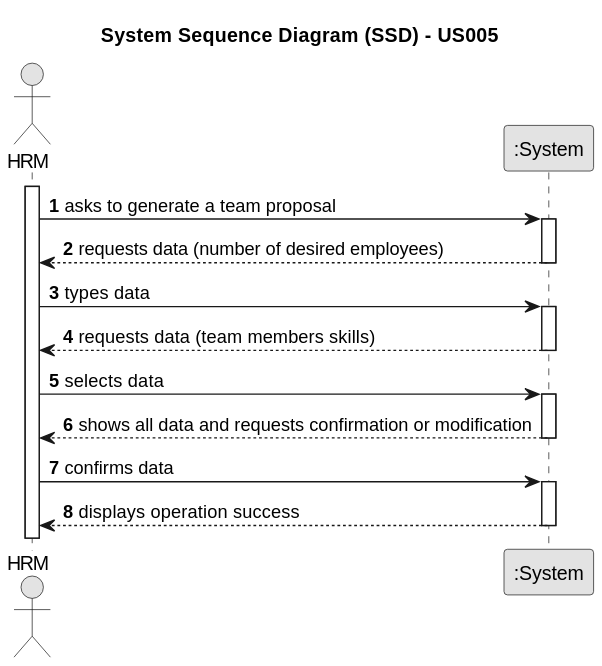
The PlantUML diagram docs/sprintA/us005/01.requirements-engineering/svg/us005-system-sequence-diagram-alternative-one.svg in Departamento-de-Engenharia-Informatica/lei-24-s2-1do-g164, before a commit. Its diagram source:
```plantuml
@startuml
skinparam monochrome true
skinparam packageStyle rectangle
skinparam shadowing false

title System Sequence Diagram (SSD) - US005

autonumber

actor "HRM" as Employee
participant ":System" as System

activate Employee

    Employee -> System : asks to generate a team proposal
    activate System

        System --> Employee : requests data (number of desired employees)
    deactivate System

    Employee -> System : types data
    activate System

        System --> Employee : requests data (team members skills)
    deactivate System

    Employee -> System : selects data
    activate System

        System --> Employee : shows all data and requests confirmation or modification
 deactivate System

       Employee -> System : confirms data
        activate System

            System --> Employee : displays operation success
        deactivate System
@enduml
```
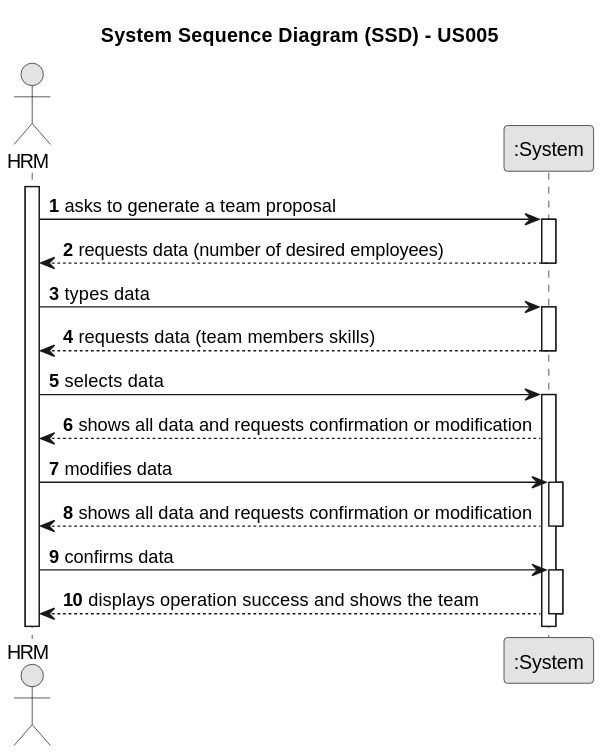
The same file after the commit.

The edit, as a diff of the source:
```diff
@@ -28,11 +28,16 @@
     activate System
 
         System --> Employee : shows all data and requests confirmation or modification
- deactivate System
 
-       Employee -> System : confirms data
+       Employee -> System : modifies data
         activate System
 
-            System --> Employee : displays operation success
+          System --> Employee : shows all data and requests confirmation or modification
+       deactivate System
+
+               Employee -> System : confirms data
+                activate System
+
+            System --> Employee : displays operation success and shows the team
         deactivate System
 @enduml
```
